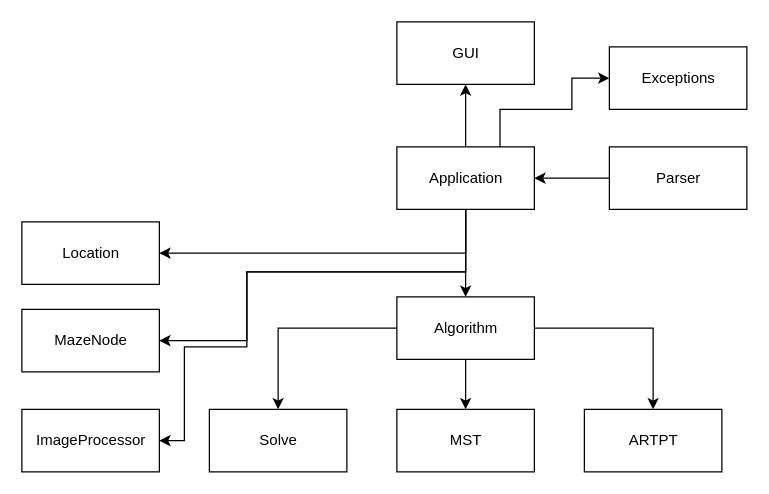
hawadlu/Maze-Solver-Java keeps this draw.io diagram as Docs/UML/design.drawio. Above is the earlier version. Source tidied: cells renumbered, new cells numbered last; positions are measured from the earlier drawing's top-left corner, leaving out a move shared by most shapes. Both pictures are drawn from the tidied source at 125%, with x=0, y=0 at pixel (21, 21).
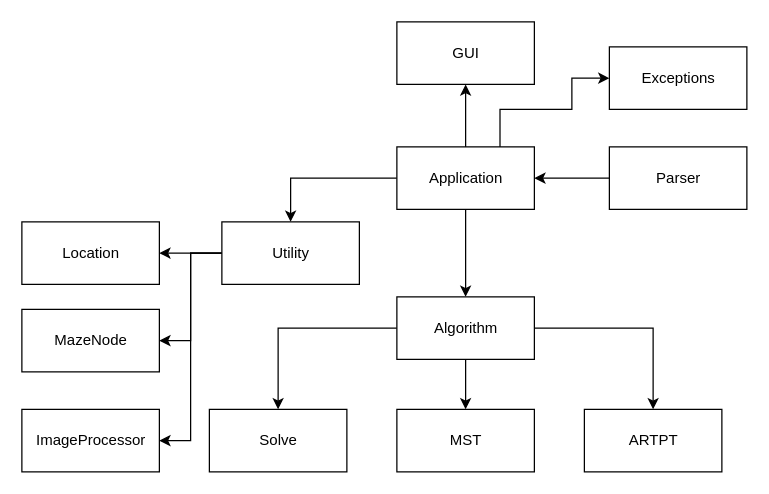
The same diagram, later.

The change refers to these unchanged cells:
```xml
<mxCell id="8" value="Application" style="html=1;" parent="1" vertex="1">
  <mxGeometry x="300" y="100" width="110" height="50" as="geometry" />
</mxCell>
<mxCell id="10" value="ImageProcessor" style="html=1;" parent="1" vertex="1">
  <mxGeometry y="310" width="110" height="50" as="geometry" />
</mxCell>
<mxCell id="11" value="Location" style="html=1;" parent="1" vertex="1">
  <mxGeometry y="160" width="110" height="50" as="geometry" />
</mxCell>
<mxCell id="12" value="MazeNode" style="html=1;" parent="1" vertex="1">
  <mxGeometry y="230" width="110" height="50" as="geometry" />
</mxCell>
```

What changed in the source:
```diff
@@
-    <mxCell id="5" style="edgeStyle=orthogonalEdgeStyle;rounded=0;jettySize=auto;html=1;exitX=0.5;exitY=1;exitDx=0;exitDy=0;entryX=1;entryY=0.5;entryDx=0;entryDy=0;" parent="1" edge="1" source="8" target="11">
-      <mxGeometry relative="1" as="geometry" />
-    </mxCell>
-    <mxCell id="6" style="edgeStyle=orthogonalEdgeStyle;rounded=0;jettySize=auto;html=1;exitX=0.5;exitY=1;exitDx=0;exitDy=0;entryX=1;entryY=0.5;entryDx=0;entryDy=0;" parent="1" edge="1" source="8" target="12">
-      <mxGeometry relative="1" as="geometry">
-        <Array as="points">
-          <mxPoint x="355" y="200" />
-          <mxPoint x="180" y="200" />
-          <mxPoint x="180" y="255" />
-        </Array>
-      </mxGeometry>
-    </mxCell>
-    <mxCell id="7" style="edgeStyle=orthogonalEdgeStyle;rounded=0;jettySize=auto;html=1;exitX=0.5;exitY=1;exitDx=0;exitDy=0;entryX=1;entryY=0.5;entryDx=0;entryDy=0;" parent="1" edge="1" source="8" target="10">
-      <mxGeometry relative="1" as="geometry">
-        <Array as="points">
-          <mxPoint x="355" y="200" />
-          <mxPoint x="180" y="200" />
-          <mxPoint x="180" y="260" />
-          <mxPoint x="130" y="260" />
-          <mxPoint x="130" y="335" />
-        </Array>
-      </mxGeometry>
-    </mxCell>
+    <mxCell id="23" style="edgeStyle=orthogonalEdgeStyle;rounded=0;jettySize=auto;html=1;exitX=0;exitY=0.5;exitDx=0;exitDy=0;entryX=0.5;entryY=0;entryDx=0;entryDy=0;" parent="1" edge="1" source="8" target="27">
+      <mxGeometry relative="1" as="geometry" />
+    </mxCell>
@@
+    <mxCell id="24" style="edgeStyle=orthogonalEdgeStyle;rounded=0;jettySize=auto;html=1;exitX=0;exitY=0.5;exitDx=0;exitDy=0;" parent="1" edge="1" source="27" target="11">
+      <mxGeometry relative="1" as="geometry" />
+    </mxCell>
+    <mxCell id="25" style="edgeStyle=orthogonalEdgeStyle;rounded=0;jettySize=auto;html=1;exitX=0;exitY=0.5;exitDx=0;exitDy=0;entryX=1;entryY=0.5;entryDx=0;entryDy=0;" parent="1" edge="1" source="27" target="12">
+      <mxGeometry relative="1" as="geometry" />
+    </mxCell>
+    <mxCell id="26" style="edgeStyle=orthogonalEdgeStyle;rounded=0;jettySize=auto;html=1;exitX=0;exitY=0.5;exitDx=0;exitDy=0;entryX=1;entryY=0.5;entryDx=0;entryDy=0;" parent="1" edge="1" source="27" target="10">
+      <mxGeometry relative="1" as="geometry" />
+    </mxCell>
+    <mxCell id="27" value="Utility" style="html=1;" parent="1" vertex="1">
+      <mxGeometry x="160" y="160" width="110" height="50" as="geometry" />
+    </mxCell>
```
